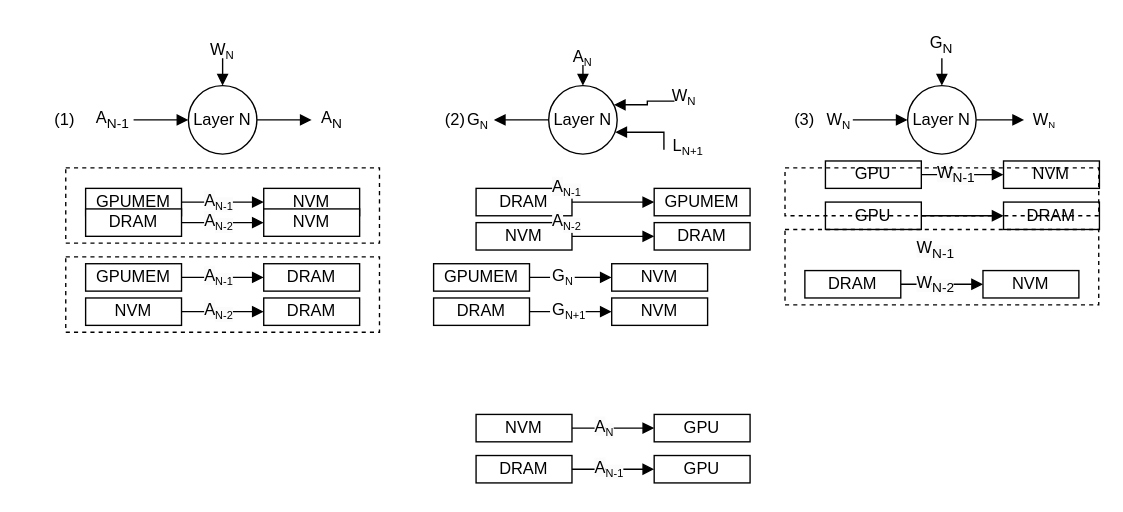
icszhr/NCheck keeps this draw.io diagram as fig/pipeline.drawio. Above is the earlier version. Source tidied: cells renumbered, new cells numbered last; positions are measured from the earlier drawing's top-left corner, leaving out a move shared by most shapes. Both pictures are drawn from the tidied source at 137%, with x=0, y=0 at pixel (23, 23).
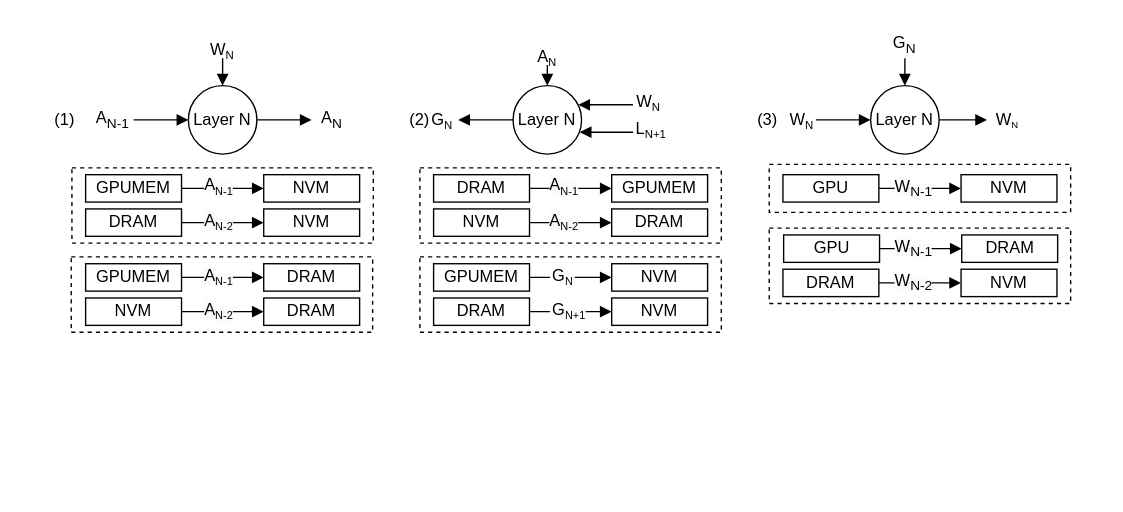
The same diagram, later.

What changed in the source:
```diff
@@
     <mxCell id="11" value="GPUMEM" style="rounded=0;whiteSpace=wrap;html=1;" parent="1" vertex="1">
-      <mxGeometry x="45" y="120" width="70" height="20" as="geometry" />
+      <mxGeometry x="45" y="110" width="70" height="20" as="geometry" />
     </mxCell>
     <mxCell id="12" value="NVM" style="rounded=0;whiteSpace=wrap;html=1;" parent="1" vertex="1">
-      <mxGeometry x="175" y="120" width="70" height="20" as="geometry" />
+      <mxGeometry x="175" y="110" width="70" height="20" as="geometry" />
     </mxCell>
     <mxCell id="13" value="&lt;span style=&quot;color: rgb(0, 0, 0); font-family: Helvetica; font-size: 12px; font-style: normal; font-variant-ligatures: normal; font-variant-caps: normal; font-weight: 400; letter-spacing: normal; orphans: 2; text-align: center; text-indent: 0px; text-transform: none; widows: 2; word-spacing: 0px; -webkit-text-stroke-width: 0px; white-space: normal; background-color: rgb(251, 251, 251); text-decoration-thickness: initial; text-decoration-style: initial; text-decoration-color: initial; display: inline !important; float: none;&quot;&gt;A&lt;/span&gt;&lt;sub style=&quot;forced-color-adjust: none; color: rgb(0, 0, 0); font-family: Helvetica; font-style: normal; font-variant-ligatures: normal; font-variant-caps: normal; font-weight: 400; letter-spacing: normal; orphans: 2; text-align: center; text-indent: 0px; text-transform: none; widows: 2; word-spacing: 0px; -webkit-text-stroke-width: 0px; white-space: normal; background-color: rgb(251, 251, 251); text-decoration-thickness: initial; text-decoration-style: initial; text-decoration-color: initial;&quot;&gt;&lt;font style=&quot;font-size: 8px;&quot;&gt;N-1&lt;/font&gt;&lt;/sub&gt;" style="text;whiteSpace=wrap;html=1;" parent="1" vertex="1">
-      <mxGeometry x="130" y="115" width="30" height="30" as="geometry" />
+      <mxGeometry x="130" y="104" width="30" height="30" as="geometry" />
     </mxCell>
@@
     <mxCell id="15" value="DRAM" style="rounded=0;whiteSpace=wrap;html=1;" parent="1" vertex="1">
-      <mxGeometry x="330" y="120" width="70" height="20" as="geometry" />
+      <mxGeometry x="299" y="110" width="70" height="20" as="geometry" />
     </mxCell>
     <mxCell id="16" value="GPUMEM" style="rounded=0;whiteSpace=wrap;html=1;" parent="1" vertex="1">
-      <mxGeometry x="460" y="120" width="70" height="20" as="geometry" />
+      <mxGeometry x="429" y="110" width="70" height="20" as="geometry" />
     </mxCell>
     <mxCell id="17" value="(2)" style="text;html=1;align=center;verticalAlign=middle;whiteSpace=wrap;rounded=0;" parent="1" vertex="1">
-      <mxGeometry x="285" y="55" width="60" height="30" as="geometry" />
+      <mxGeometry x="259" y="55" width="60" height="30" as="geometry" />
     </mxCell>
@@
     <mxCell id="20" value="GPU" style="rounded=0;whiteSpace=wrap;html=1;" parent="1" vertex="1">
-      <mxGeometry x="585" y="100" width="70" height="20" as="geometry" />
+      <mxGeometry x="554" y="110" width="70" height="20" as="geometry" />
     </mxCell>
     <mxCell id="21" value="NVM" style="rounded=0;whiteSpace=wrap;html=1;" parent="1" vertex="1">
-      <mxGeometry x="715" y="100" width="70" height="20" as="geometry" />
+      <mxGeometry x="684" y="110" width="70" height="20" as="geometry" />
     </mxCell>
     <mxCell id="22" value="&lt;span style=&quot;color: rgb(0, 0, 0); font-family: Helvetica; font-size: 12px; font-style: normal; font-variant-ligatures: normal; font-variant-caps: normal; font-weight: 400; letter-spacing: normal; orphans: 2; text-align: center; text-indent: 0px; text-transform: none; widows: 2; word-spacing: 0px; -webkit-text-stroke-width: 0px; white-space: normal; background-color: rgb(251, 251, 251); text-decoration-thickness: initial; text-decoration-style: initial; text-decoration-color: initial; display: inline !important; float: none;&quot;&gt;W&lt;/span&gt;&lt;sub style=&quot;forced-color-adjust: none; color: rgb(0, 0, 0); font-family: Helvetica; font-style: normal; font-variant-ligatures: normal; font-variant-caps: normal; font-weight: 400; letter-spacing: normal; orphans: 2; text-align: center; text-indent: 0px; text-transform: none; widows: 2; word-spacing: 0px; -webkit-text-stroke-width: 0px; white-space: normal; background-color: rgb(251, 251, 251); text-decoration-thickness: initial; text-decoration-style: initial; text-decoration-color: initial;&quot;&gt;N-1&lt;/sub&gt;" style="text;whiteSpace=wrap;html=1;" parent="1" vertex="1">
-      <mxGeometry x="665" y="95" width="30" height="30" as="geometry" />
+      <mxGeometry x="634" y="105" width="30" height="30" as="geometry" />
     </mxCell>
     <mxCell id="23" value="(3)" style="text;html=1;align=center;verticalAlign=middle;whiteSpace=wrap;rounded=0;" parent="1" vertex="1">
-      <mxGeometry x="540" y="55" width="60" height="30" as="geometry" />
+      <mxGeometry x="513" y="55" width="60" height="30" as="geometry" />
     </mxCell>
@@
     <mxCell id="25" value="GPU" style="rounded=0;whiteSpace=wrap;html=1;" parent="1" vertex="1">
-      <mxGeometry x="585" y="130" width="70" height="20" as="geometry" />
+      <mxGeometry x="554.5" y="154" width="70" height="20" as="geometry" />
     </mxCell>
     <mxCell id="26" value="DRAM" style="rounded=0;whiteSpace=wrap;html=1;" parent="1" vertex="1">
-      <mxGeometry x="715" y="130" width="70" height="20" as="geometry" />
+      <mxGeometry x="684.5" y="154" width="70" height="20" as="geometry" />
     </mxCell>
     <mxCell id="27" style="edgeStyle=orthogonalEdgeStyle;rounded=0;jettySize=auto;html=1;endArrow=none;endFill=0;startArrow=block;startFill=1;" parent="1" edge="1" source="30">
       <mxGeometry relative="1" as="geometry">
-        <mxPoint x="605" y="70" as="targetPoint" />
+        <mxPoint x="578" y="70" as="targetPoint" />
       </mxGeometry>
     </mxCell>
     <mxCell id="28" style="edgeStyle=orthogonalEdgeStyle;rounded=0;jettySize=auto;html=1;endArrow=none;endFill=0;startArrow=block;startFill=1;" parent="1" edge="1" source="30">
       <mxGeometry relative="1" as="geometry">
-        <mxPoint x="670" y="30" as="targetPoint" />
+        <mxPoint x="643" y="30" as="targetPoint" />
       </mxGeometry>
     </mxCell>
     <mxCell id="29" style="edgeStyle=orthogonalEdgeStyle;rounded=0;jettySize=auto;html=1;endArrow=block;endFill=1;" parent="1" edge="1" source="30">
       <mxGeometry relative="1" as="geometry">
-        <mxPoint x="730" y="70" as="targetPoint" />
+        <mxPoint x="703" y="70" as="targetPoint" />
       </mxGeometry>
     </mxCell>
     <mxCell id="30" value="Layer N" style="ellipse;whiteSpace=wrap;html=1;" parent="1" vertex="1">
-      <mxGeometry x="645" y="45" width="50" height="50" as="geometry" />
+      <mxGeometry x="618" y="45" width="50" height="50" as="geometry" />
     </mxCell>
     <mxCell id="31" value="G&lt;sub&gt;N&lt;/sub&gt;" style="text;html=1;align=center;verticalAlign=middle;whiteSpace=wrap;rounded=0;" parent="1" vertex="1">
-      <mxGeometry x="640" width="60" height="30" as="geometry" />
+      <mxGeometry x="613" width="60" height="30" as="geometry" />
     </mxCell>
     <mxCell id="32" value="W&lt;span style=&quot;font-size: 8.33333px;&quot;&gt;&lt;sub&gt;N&lt;/sub&gt;&lt;/span&gt;" style="text;html=1;align=center;verticalAlign=middle;whiteSpace=wrap;rounded=0;" parent="1" vertex="1">
-      <mxGeometry x="740" y="55" width="10" height="30" as="geometry" />
+      <mxGeometry x="713" y="55" width="10" height="30" as="geometry" />
     </mxCell>
     <mxCell id="33" value="W&lt;span style=&quot;font-size: 10px;&quot;&gt;&lt;sub&gt;N&lt;/sub&gt;&lt;/span&gt;" style="text;html=1;align=center;verticalAlign=middle;whiteSpace=wrap;rounded=0;" parent="1" vertex="1">
-      <mxGeometry x="590" y="55" width="10" height="30" as="geometry" />
+      <mxGeometry x="563" y="55" width="10" height="30" as="geometry" />
     </mxCell>
     <mxCell id="34" style="edgeStyle=orthogonalEdgeStyle;rounded=0;jettySize=auto;html=1;entryX=0;entryY=0.5;entryDx=0;entryDy=0;endArrow=block;endFill=1;" parent="1" edge="1" source="35" target="36">
       <mxGeometry relative="1" as="geometry">
         <Array as="points">
-          <mxPoint x="410" y="155" />
-          <mxPoint x="410" y="155" />
+          <mxPoint x="379" y="145" />
+          <mxPoint x="379" y="145" />
         </Array>
       </mxGeometry>
     </mxCell>
     <mxCell id="35" value="NVM" style="rounded=0;whiteSpace=wrap;html=1;" parent="1" vertex="1">
-      <mxGeometry x="330" y="145" width="70" height="20" as="geometry" />
+      <mxGeometry x="299" y="135" width="70" height="20" as="geometry" />
     </mxCell>
     <mxCell id="36" value="DRAM" style="rounded=0;whiteSpace=wrap;html=1;" parent="1" vertex="1">
-      <mxGeometry x="460" y="145" width="70" height="20" as="geometry" />
+      <mxGeometry x="429" y="135" width="70" height="20" as="geometry" />
     </mxCell>
@@
     <mxCell id="46" value="&lt;span style=&quot;color: rgb(0, 0, 0); font-family: Helvetica; font-size: 12px; font-style: normal; font-variant-ligatures: normal; font-variant-caps: normal; font-weight: 400; letter-spacing: normal; orphans: 2; text-align: center; text-indent: 0px; text-transform: none; widows: 2; word-spacing: 0px; -webkit-text-stroke-width: 0px; white-space: normal; background-color: rgb(251, 251, 251); text-decoration-thickness: initial; text-decoration-style: initial; text-decoration-color: initial; display: inline !important; float: none;&quot;&gt;A&lt;/span&gt;&lt;sub style=&quot;forced-color-adjust: none; color: rgb(0, 0, 0); font-family: Helvetica; font-style: normal; font-variant-ligatures: normal; font-variant-caps: normal; font-weight: 400; letter-spacing: normal; orphans: 2; text-align: center; text-indent: 0px; text-transform: none; widows: 2; word-spacing: 0px; -webkit-text-stroke-width: 0px; white-space: normal; background-color: rgb(251, 251, 251); text-decoration-thickness: initial; text-decoration-style: initial; text-decoration-color: initial;&quot;&gt;&lt;font style=&quot;font-size: 8px;&quot;&gt;N-2&lt;/font&gt;&lt;/sub&gt;" style="text;whiteSpace=wrap;html=1;" parent="1" vertex="1">
-      <mxGeometry x="384" y="130" width="30" height="30" as="geometry" />
+      <mxGeometry x="382" y="130" width="30" height="30" as="geometry" />
     </mxCell>
@@
-    <mxCell id="48" style="edgeStyle=orthogonalEdgeStyle;rounded=0;jettySize=auto;html=1;entryX=0;entryY=0.5;entryDx=0;entryDy=0;endArrow=block;endFill=1;" parent="1" edge="1" source="50" target="52">
-      <mxGeometry relative="1" as="geometry" />
-    </mxCell>
@@
-    <mxCell id="50" value="NVM" style="rounded=0;whiteSpace=wrap;html=1;" parent="1" vertex="1">
-      <mxGeometry x="330" y="285" width="70" height="20" as="geometry" />
-    </mxCell>
@@
-    <mxCell id="52" value="GPU" style="rounded=0;whiteSpace=wrap;html=1;" parent="1" vertex="1">
-      <mxGeometry x="460" y="285" width="70" height="20" as="geometry" />
-    </mxCell>
@@
-    <mxCell id="54" value="&lt;span style=&quot;color: rgb(0, 0, 0); font-family: Helvetica; font-size: 12px; font-style: normal; font-variant-ligatures: normal; font-variant-caps: normal; font-weight: 400; letter-spacing: normal; orphans: 2; text-align: center; text-indent: 0px; text-transform: none; widows: 2; word-spacing: 0px; -webkit-text-stroke-width: 0px; white-space: normal; background-color: rgb(251, 251, 251); text-decoration-thickness: initial; text-decoration-style: initial; text-decoration-color: initial; display: inline !important; float: none;&quot;&gt;A&lt;/span&gt;&lt;sub style=&quot;forced-color-adjust: none; color: rgb(0, 0, 0); font-family: Helvetica; font-style: normal; font-variant-ligatures: normal; font-variant-caps: normal; font-weight: 400; letter-spacing: normal; orphans: 2; text-align: center; text-indent: 0px; text-transform: none; widows: 2; word-spacing: 0px; -webkit-text-stroke-width: 0px; white-space: normal; background-color: rgb(251, 251, 251); text-decoration-thickness: initial; text-decoration-style: initial; text-decoration-color: initial;&quot;&gt;&lt;font style=&quot;font-size: 8px;&quot;&gt;N&lt;/font&gt;&lt;/sub&gt;" style="text;whiteSpace=wrap;html=1;" parent="1" vertex="1">
-      <mxGeometry x="415" y="280" width="30" height="30" as="geometry" />
-    </mxCell>
     <mxCell id="55" style="rounded=0;whiteSpace=wrap;html=1;fillColor=none;dashed=1;" parent="1" vertex="1">
-      <mxGeometry x="30.5" y="170" width="229" height="55" as="geometry" />
+      <mxGeometry x="34.5" y="170" width="220" height="55" as="geometry" />
     </mxCell>
-    <mxCell id="56" style="edgeStyle=orthogonalEdgeStyle;rounded=0;jettySize=auto;html=1;entryX=0;entryY=0.5;entryDx=0;entryDy=0;endArrow=block;endFill=1;" parent="1" edge="1" source="58" target="60">
-      <mxGeometry relative="1" as="geometry" />
-    </mxCell>
@@
-    <mxCell id="58" value="DRAM" style="rounded=0;whiteSpace=wrap;html=1;" parent="1" vertex="1">
-      <mxGeometry x="330" y="315" width="70" height="20" as="geometry" />
-    </mxCell>
@@
-    <mxCell id="60" value="GPU" style="rounded=0;whiteSpace=wrap;html=1;" parent="1" vertex="1">
-      <mxGeometry x="460" y="315" width="70" height="20" as="geometry" />
-    </mxCell>
@@
-    <mxCell id="62" value="&lt;span style=&quot;color: rgb(0, 0, 0); font-family: Helvetica; font-size: 12px; font-style: normal; font-variant-ligatures: normal; font-variant-caps: normal; font-weight: 400; letter-spacing: normal; orphans: 2; text-align: center; text-indent: 0px; text-transform: none; widows: 2; word-spacing: 0px; -webkit-text-stroke-width: 0px; white-space: normal; background-color: rgb(251, 251, 251); text-decoration-thickness: initial; text-decoration-style: initial; text-decoration-color: initial; display: inline !important; float: none;&quot;&gt;A&lt;/span&gt;&lt;sub style=&quot;forced-color-adjust: none; color: rgb(0, 0, 0); font-family: Helvetica; font-style: normal; font-variant-ligatures: normal; font-variant-caps: normal; font-weight: 400; letter-spacing: normal; orphans: 2; text-align: center; text-indent: 0px; text-transform: none; widows: 2; word-spacing: 0px; -webkit-text-stroke-width: 0px; white-space: normal; background-color: rgb(251, 251, 251); text-decoration-thickness: initial; text-decoration-style: initial; text-decoration-color: initial;&quot;&gt;&lt;font style=&quot;font-size: 8px;&quot;&gt;N-1&lt;/font&gt;&lt;/sub&gt;" style="text;whiteSpace=wrap;html=1;" parent="1" vertex="1">
-      <mxGeometry x="415" y="310" width="30" height="30" as="geometry" />
-    </mxCell>
@@
     <mxCell id="65" style="rounded=0;whiteSpace=wrap;html=1;fillColor=none;dashed=1;" parent="1" vertex="1">
-      <mxGeometry x="30.5" y="105" width="229" height="55" as="geometry" />
+      <mxGeometry x="35" y="105" width="220" height="55" as="geometry" />
     </mxCell>
     <mxCell id="66" style="group;" parent="1" vertex="1">
-      <mxGeometry x="319" y="10" width="186" height="94" as="geometry" />
+      <mxGeometry x="293" y="10" width="186" height="94" as="geometry" />
     </mxCell>
@@
     <mxCell id="72" value="&lt;font style=&quot;font-size: 12px;&quot;&gt;L&lt;/font&gt;&lt;font style=&quot;font-size: 10px;&quot;&gt;&lt;sub&gt;N+1&lt;/sub&gt;&lt;/font&gt;" style="text;html=1;align=center;verticalAlign=middle;whiteSpace=wrap;rounded=0;" parent="66" vertex="1">
-      <mxGeometry x="146" y="64" width="40" height="30" as="geometry" />
+      <mxGeometry x="150" y="52" width="30" height="30" as="geometry" />
     </mxCell>
@@
     <mxCell id="75" value="W&lt;span style=&quot;font-size: 10px;&quot;&gt;&lt;sub&gt;N&lt;/sub&gt;&lt;/span&gt;" style="text;html=1;align=center;verticalAlign=middle;whiteSpace=wrap;rounded=0;" parent="66" vertex="1">
-      <mxGeometry x="158" y="28" width="10" height="30" as="geometry" />
+      <mxGeometry x="155" y="38" width="16" height="18" as="geometry" />
     </mxCell>
@@
-    <mxCell id="77" value="&lt;span style=&quot;color: rgb(0, 0, 0); font-family: Helvetica; font-size: 12px; font-style: normal; font-variant-ligatures: normal; font-variant-caps: normal; font-weight: 400; letter-spacing: normal; orphans: 2; text-align: center; text-indent: 0px; text-transform: none; widows: 2; word-spacing: 0px; -webkit-text-stroke-width: 0px; white-space: normal; background-color: rgb(251, 251, 251); text-decoration-thickness: initial; text-decoration-style: initial; text-decoration-color: initial; display: inline !important; float: none;&quot;&gt;A&lt;/span&gt;&lt;sub style=&quot;forced-color-adjust: none; color: rgb(0, 0, 0); font-family: Helvetica; font-style: normal; font-variant-ligatures: normal; font-variant-caps: normal; font-weight: 400; letter-spacing: normal; orphans: 2; text-align: center; text-indent: 0px; text-transform: none; widows: 2; word-spacing: 0px; -webkit-text-stroke-width: 0px; white-space: normal; background-color: rgb(251, 251, 251); text-decoration-thickness: initial; text-decoration-style: initial; text-decoration-color: initial;&quot;&gt;&lt;font style=&quot;font-size: 8px;&quot;&gt;N-1&lt;/font&gt;&lt;/sub&gt;" style="text;whiteSpace=wrap;html=1;" parent="1" vertex="1">
-      <mxGeometry x="384" y="105" width="30" height="30" as="geometry" />
-    </mxCell>
     <mxCell id="78" value="&lt;span style=&quot;color: rgb(0, 0, 0); font-family: Helvetica; font-size: 12px; font-style: normal; font-variant-ligatures: normal; font-variant-caps: normal; font-weight: 400; letter-spacing: normal; orphans: 2; text-align: center; text-indent: 0px; text-transform: none; widows: 2; word-spacing: 0px; -webkit-text-stroke-width: 0px; white-space: normal; background-color: rgb(251, 251, 251); text-decoration-thickness: initial; text-decoration-style: initial; text-decoration-color: initial; display: inline !important; float: none;&quot;&gt;W&lt;/span&gt;&lt;sub style=&quot;forced-color-adjust: none; color: rgb(0, 0, 0); font-family: Helvetica; font-style: normal; font-variant-ligatures: normal; font-variant-caps: normal; font-weight: 400; letter-spacing: normal; orphans: 2; text-align: center; text-indent: 0px; text-transform: none; widows: 2; word-spacing: 0px; -webkit-text-stroke-width: 0px; white-space: normal; background-color: rgb(251, 251, 251); text-decoration-thickness: initial; text-decoration-style: initial; text-decoration-color: initial;&quot;&gt;N-1&lt;/sub&gt;" style="text;whiteSpace=wrap;html=1;" parent="1" vertex="1">
-      <mxGeometry x="650" y="150" width="30" height="30" as="geometry" />
+      <mxGeometry x="634" y="149" width="30" height="30" as="geometry" />
     </mxCell>
@@
     <mxCell id="80" value="DRAM" style="rounded=0;whiteSpace=wrap;html=1;" parent="1" vertex="1">
-      <mxGeometry x="570" y="180" width="70" height="20" as="geometry" />
+      <mxGeometry x="554" y="179" width="70" height="20" as="geometry" />
     </mxCell>
     <mxCell id="81" value="NVM" style="rounded=0;whiteSpace=wrap;html=1;" parent="1" vertex="1">
-      <mxGeometry x="700" y="180" width="70" height="20" as="geometry" />
+      <mxGeometry x="684" y="179" width="70" height="20" as="geometry" />
     </mxCell>
     <mxCell id="82" value="&lt;span style=&quot;color: rgb(0, 0, 0); font-family: Helvetica; font-size: 12px; font-style: normal; font-variant-ligatures: normal; font-variant-caps: normal; font-weight: 400; letter-spacing: normal; orphans: 2; text-align: center; text-indent: 0px; text-transform: none; widows: 2; word-spacing: 0px; -webkit-text-stroke-width: 0px; white-space: normal; background-color: rgb(251, 251, 251); text-decoration-thickness: initial; text-decoration-style: initial; text-decoration-color: initial; display: inline !important; float: none;&quot;&gt;W&lt;/span&gt;&lt;sub style=&quot;forced-color-adjust: none; color: rgb(0, 0, 0); font-family: Helvetica; font-style: normal; font-variant-ligatures: normal; font-variant-caps: normal; font-weight: 400; letter-spacing: normal; orphans: 2; text-align: center; text-indent: 0px; text-transform: none; widows: 2; word-spacing: 0px; -webkit-text-stroke-width: 0px; white-space: normal; background-color: rgb(251, 251, 251); text-decoration-thickness: initial; text-decoration-style: initial; text-decoration-color: initial;&quot;&gt;N-2&lt;/sub&gt;" style="text;whiteSpace=wrap;html=1;" parent="1" vertex="1">
-      <mxGeometry x="650" y="175" width="30" height="30" as="geometry" />
+      <mxGeometry x="634" y="174" width="30" height="30" as="geometry" />
     </mxCell>
     <mxCell id="83" style="rounded=0;whiteSpace=wrap;html=1;fillColor=none;dashed=1;" parent="1" vertex="1">
-      <mxGeometry x="555.5" y="105" width="229" height="35" as="geometry" />
+      <mxGeometry x="544" y="102.5" width="220" height="35" as="geometry" />
     </mxCell>
     <mxCell id="84" style="rounded=0;whiteSpace=wrap;html=1;fillColor=none;dashed=1;" parent="1" vertex="1">
-      <mxGeometry x="555.5" y="150" width="229" height="55" as="geometry" />
+      <mxGeometry x="544" y="149" width="220" height="55" as="geometry" />
     </mxCell>
+    <mxCell id="77" value="&lt;span style=&quot;color: rgb(0, 0, 0); font-family: Helvetica; font-size: 12px; font-style: normal; font-variant-ligatures: normal; font-variant-caps: normal; font-weight: 400; letter-spacing: normal; orphans: 2; text-align: center; text-indent: 0px; text-transform: none; widows: 2; word-spacing: 0px; -webkit-text-stroke-width: 0px; white-space: normal; background-color: rgb(251, 251, 251); text-decoration-thickness: initial; text-decoration-style: initial; text-decoration-color: initial; display: inline !important; float: none;&quot;&gt;A&lt;/span&gt;&lt;sub style=&quot;forced-color-adjust: none; color: rgb(0, 0, 0); font-family: Helvetica; font-style: normal; font-variant-ligatures: normal; font-variant-caps: normal; font-weight: 400; letter-spacing: normal; orphans: 2; text-align: center; text-indent: 0px; text-transform: none; widows: 2; word-spacing: 0px; -webkit-text-stroke-width: 0px; white-space: normal; background-color: rgb(251, 251, 251); text-decoration-thickness: initial; text-decoration-style: initial; text-decoration-color: initial;&quot;&gt;&lt;font style=&quot;font-size: 8px;&quot;&gt;N-1&lt;/font&gt;&lt;/sub&gt;" style="text;whiteSpace=wrap;html=1;" parent="1" vertex="1">
+      <mxGeometry x="382" y="104" width="30" height="30" as="geometry" />
+    </mxCell>
+    <mxCell id="85" style="rounded=0;whiteSpace=wrap;html=1;fillColor=none;dashed=1;" parent="1" vertex="1">
+      <mxGeometry x="289" y="105" width="220" height="55" as="geometry" />
+    </mxCell>
+    <mxCell id="86" style="rounded=0;whiteSpace=wrap;html=1;fillColor=none;dashed=1;" parent="1" vertex="1">
+      <mxGeometry x="289" y="170" width="220" height="55" as="geometry" />
+    </mxCell>
```
